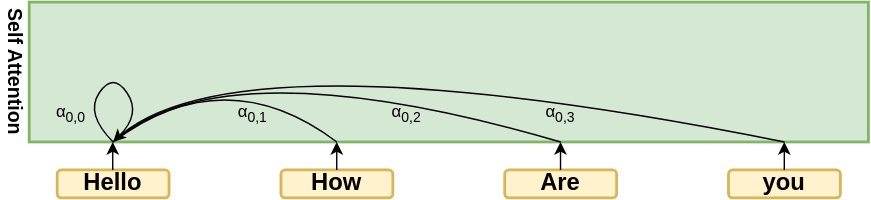
Before: self-attention_alpha_calc.svg, a diagram exported from draw.io (yyhtbs-yye/course_images). Source tidied: cells renumbered, new cells last; positions are measured from the earlier drawing's top-left corner, leaving out a move shared by most shapes.
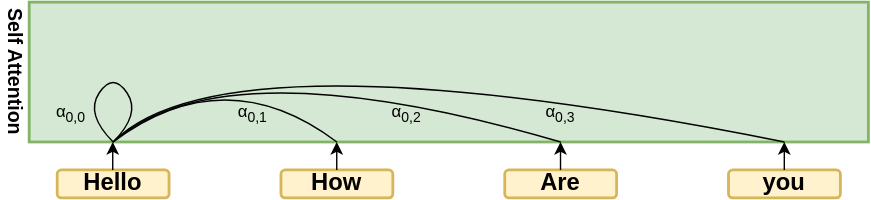
After the commit.

What changed in the source:
```diff
@@ -80,7 +80,7 @@
     <mxCell id="17" value="α&lt;sub&gt;0,3&lt;/sub&gt;" style="text;html=1;strokeColor=none;fillColor=none;align=center;verticalAlign=middle;whiteSpace=wrap;rounded=0;" parent="1" vertex="1">
       <mxGeometry x="410" y="70" width="60" height="20" as="geometry" />
     </mxCell>
-    <mxCell id="18" style="endArrow=classic;html=1;curved=1;" parent="1" edge="1">
+    <mxCell id="18" style="endArrow=none;html=1;curved=1;endFill=0;" parent="1" edge="1">
       <mxGeometry relative="1" as="geometry">
         <mxPoint x="120" y="100" as="sourcePoint" />
         <mxPoint x="120" y="100" as="targetPoint" />
```
